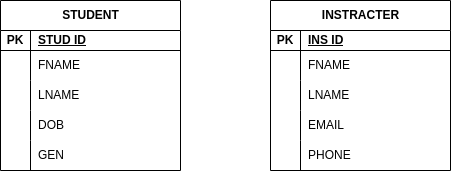
Above: DB.drawio.png in LealemTse/SQL (draw.io), before the change. Source tidied: cells renumbered, new cells last; positions are measured from the earlier drawing's top-left corner, leaving out a move shared by most shapes.
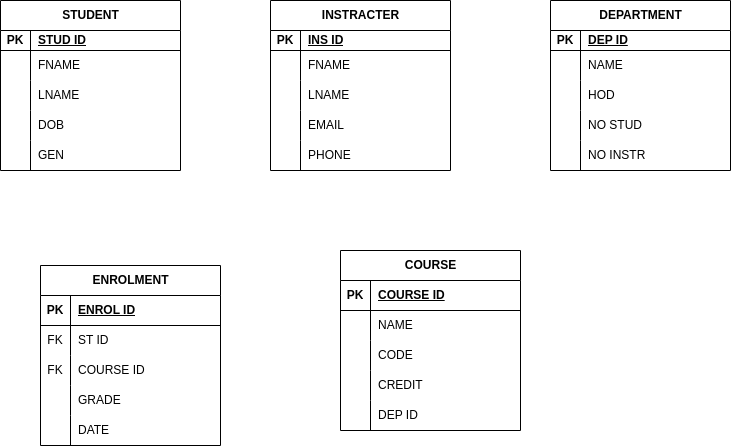
The same file after the commit.

Diff of the diagram source:
```diff
@@ -98,5 +98,149 @@
     <mxCell id="33" value="PHONE" style="shape=partialRectangle;fillColor=none;top=0;left=0;bottom=0;right=0;align=left;spacingLeft=6;overflow=hidden;whiteSpace=wrap;html=1;" parent="31" vertex="1">
       <mxGeometry x="30" width="150" height="30" as="geometry" />
     </mxCell>
+    <mxCell id="34" value="DEPARTMENT" style="shape=table;startSize=30;rowLines=0;fontStyle=1;align=center;html=1;" parent="1" vertex="1">
+      <mxGeometry x="550" width="180" height="170" as="geometry" />
+    </mxCell>
+    <mxCell id="35" style="shape=tableRow;horizontal=0;startSize=0;swimlaneHead=0;swimlaneBody=0;fillColor=none;top=0;left=0;right=0;bottom=1;" parent="34" vertex="1">
+      <mxGeometry y="30" width="180" height="20" as="geometry" />
+    </mxCell>
+    <mxCell id="36" value="PK" style="shape=partialRectangle;fillColor=none;top=0;left=0;bottom=0;right=0;fontStyle=1;overflow=hidden;whiteSpace=wrap;html=1;" parent="35" vertex="1">
+      <mxGeometry width="30" height="20" as="geometry" />
+    </mxCell>
+    <mxCell id="37" value="DEP ID" style="shape=partialRectangle;fillColor=none;top=0;left=0;bottom=0;right=0;align=left;spacingLeft=6;fontStyle=5;overflow=hidden;whiteSpace=wrap;html=1;" parent="35" vertex="1">
+      <mxGeometry x="30" width="150" height="20" as="geometry" />
+    </mxCell>
+    <mxCell id="38" style="shape=tableRow;horizontal=0;startSize=0;swimlaneHead=0;swimlaneBody=0;fillColor=none;top=0;left=0;right=0;bottom=0;" parent="34" vertex="1">
+      <mxGeometry y="50" width="180" height="30" as="geometry" />
+    </mxCell>
+    <mxCell id="39" style="shape=partialRectangle;fillColor=none;top=0;left=0;bottom=0;right=0;overflow=hidden;whiteSpace=wrap;html=1;" parent="38" vertex="1">
+      <mxGeometry width="30" height="30" as="geometry" />
+    </mxCell>
+    <mxCell id="40" value="NAME" style="shape=partialRectangle;fillColor=none;top=0;left=0;bottom=0;right=0;align=left;spacingLeft=6;overflow=hidden;whiteSpace=wrap;html=1;" parent="38" vertex="1">
+      <mxGeometry x="30" width="150" height="30" as="geometry" />
+    </mxCell>
+    <mxCell id="41" style="shape=tableRow;horizontal=0;startSize=0;swimlaneHead=0;swimlaneBody=0;fillColor=none;top=0;left=0;right=0;bottom=0;" parent="34" vertex="1">
+      <mxGeometry y="80" width="180" height="30" as="geometry" />
+    </mxCell>
+    <mxCell id="42" style="shape=partialRectangle;fillColor=none;top=0;left=0;bottom=0;right=0;overflow=hidden;whiteSpace=wrap;html=1;" parent="41" vertex="1">
+      <mxGeometry width="30" height="30" as="geometry" />
+    </mxCell>
+    <mxCell id="43" value="HOD" style="shape=partialRectangle;fillColor=none;top=0;left=0;bottom=0;right=0;align=left;spacingLeft=6;overflow=hidden;whiteSpace=wrap;html=1;" parent="41" vertex="1">
+      <mxGeometry x="30" width="150" height="30" as="geometry" />
+    </mxCell>
+    <mxCell id="44" style="shape=tableRow;horizontal=0;startSize=0;swimlaneHead=0;swimlaneBody=0;fillColor=none;top=0;left=0;right=0;bottom=0;" parent="34" vertex="1">
+      <mxGeometry y="110" width="180" height="30" as="geometry" />
+    </mxCell>
+    <mxCell id="45" style="shape=partialRectangle;fillColor=none;top=0;left=0;bottom=0;right=0;overflow=hidden;whiteSpace=wrap;html=1;" parent="44" vertex="1">
+      <mxGeometry width="30" height="30" as="geometry" />
+    </mxCell>
+    <mxCell id="46" value="NO STUD" style="shape=partialRectangle;fillColor=none;top=0;left=0;bottom=0;right=0;align=left;spacingLeft=6;overflow=hidden;whiteSpace=wrap;html=1;" parent="44" vertex="1">
+      <mxGeometry x="30" width="150" height="30" as="geometry" />
+    </mxCell>
+    <mxCell id="47" style="shape=tableRow;horizontal=0;startSize=0;swimlaneHead=0;swimlaneBody=0;fillColor=none;top=0;left=0;right=0;bottom=0;" parent="34" vertex="1">
+      <mxGeometry y="140" width="180" height="30" as="geometry" />
+    </mxCell>
+    <mxCell id="48" style="shape=partialRectangle;fillColor=none;top=0;left=0;bottom=0;right=0;overflow=hidden;whiteSpace=wrap;html=1;" parent="47" vertex="1">
+      <mxGeometry width="30" height="30" as="geometry" />
+    </mxCell>
+    <mxCell id="49" value="NO INSTR" style="shape=partialRectangle;fillColor=none;top=0;left=0;bottom=0;right=0;align=left;spacingLeft=6;overflow=hidden;whiteSpace=wrap;html=1;" parent="47" vertex="1">
+      <mxGeometry x="30" width="150" height="30" as="geometry" />
+    </mxCell>
+    <mxCell id="50" value="COURSE" style="shape=table;startSize=30;rowLines=0;fontStyle=1;align=center;html=1;" parent="1" vertex="1">
+      <mxGeometry x="340" y="250" width="180" height="180" as="geometry" />
+    </mxCell>
+    <mxCell id="51" style="shape=tableRow;horizontal=0;startSize=0;swimlaneHead=0;swimlaneBody=0;fillColor=none;top=0;left=0;right=0;bottom=1;" parent="50" vertex="1">
+      <mxGeometry y="30" width="180" height="30" as="geometry" />
+    </mxCell>
+    <mxCell id="52" value="PK" style="shape=partialRectangle;fillColor=none;top=0;left=0;bottom=0;right=0;fontStyle=1;overflow=hidden;whiteSpace=wrap;html=1;" parent="51" vertex="1">
+      <mxGeometry width="30" height="30" as="geometry" />
+    </mxCell>
+    <mxCell id="53" value="COURSE ID" style="shape=partialRectangle;fillColor=none;top=0;left=0;bottom=0;right=0;align=left;spacingLeft=6;fontStyle=5;overflow=hidden;whiteSpace=wrap;html=1;" parent="51" vertex="1">
+      <mxGeometry x="30" width="150" height="30" as="geometry" />
+    </mxCell>
+    <mxCell id="54" style="shape=tableRow;horizontal=0;startSize=0;swimlaneHead=0;swimlaneBody=0;fillColor=none;top=0;left=0;right=0;bottom=0;" parent="50" vertex="1">
+      <mxGeometry y="60" width="180" height="30" as="geometry" />
+    </mxCell>
+    <mxCell id="55" style="shape=partialRectangle;fillColor=none;top=0;left=0;bottom=0;right=0;overflow=hidden;whiteSpace=wrap;html=1;" parent="54" vertex="1">
+      <mxGeometry width="30" height="30" as="geometry" />
+    </mxCell>
+    <mxCell id="56" value="NAME" style="shape=partialRectangle;fillColor=none;top=0;left=0;bottom=0;right=0;align=left;spacingLeft=6;overflow=hidden;whiteSpace=wrap;html=1;" parent="54" vertex="1">
+      <mxGeometry x="30" width="150" height="30" as="geometry" />
+    </mxCell>
+    <mxCell id="57" style="shape=tableRow;horizontal=0;startSize=0;swimlaneHead=0;swimlaneBody=0;fillColor=none;top=0;left=0;right=0;bottom=0;" parent="50" vertex="1">
+      <mxGeometry y="90" width="180" height="30" as="geometry" />
+    </mxCell>
+    <mxCell id="58" style="shape=partialRectangle;fillColor=none;top=0;left=0;bottom=0;right=0;overflow=hidden;whiteSpace=wrap;html=1;" parent="57" vertex="1">
+      <mxGeometry width="30" height="30" as="geometry" />
+    </mxCell>
+    <mxCell id="59" value="CODE" style="shape=partialRectangle;fillColor=none;top=0;left=0;bottom=0;right=0;align=left;spacingLeft=6;overflow=hidden;whiteSpace=wrap;html=1;" parent="57" vertex="1">
+      <mxGeometry x="30" width="150" height="30" as="geometry" />
+    </mxCell>
+    <mxCell id="60" style="shape=tableRow;horizontal=0;startSize=0;swimlaneHead=0;swimlaneBody=0;fillColor=none;top=0;left=0;right=0;bottom=0;" parent="50" vertex="1">
+      <mxGeometry y="120" width="180" height="30" as="geometry" />
+    </mxCell>
+    <mxCell id="61" style="shape=partialRectangle;fillColor=none;top=0;left=0;bottom=0;right=0;overflow=hidden;whiteSpace=wrap;html=1;" parent="60" vertex="1">
+      <mxGeometry width="30" height="30" as="geometry" />
+    </mxCell>
+    <mxCell id="62" value="CREDIT" style="shape=partialRectangle;fillColor=none;top=0;left=0;bottom=0;right=0;align=left;spacingLeft=6;overflow=hidden;whiteSpace=wrap;html=1;" parent="60" vertex="1">
+      <mxGeometry x="30" width="150" height="30" as="geometry" />
+    </mxCell>
+    <mxCell id="63" style="shape=tableRow;horizontal=0;startSize=0;swimlaneHead=0;swimlaneBody=0;fillColor=none;top=0;left=0;right=0;bottom=0;" parent="50" vertex="1">
+      <mxGeometry y="150" width="180" height="30" as="geometry" />
+    </mxCell>
+    <mxCell id="64" style="shape=partialRectangle;fillColor=none;top=0;left=0;bottom=0;right=0;overflow=hidden;whiteSpace=wrap;html=1;" parent="63" vertex="1">
+      <mxGeometry width="30" height="30" as="geometry" />
+    </mxCell>
+    <mxCell id="65" value="DEP ID" style="shape=partialRectangle;fillColor=none;top=0;left=0;bottom=0;right=0;align=left;spacingLeft=6;overflow=hidden;whiteSpace=wrap;html=1;" parent="63" vertex="1">
+      <mxGeometry x="30" width="150" height="30" as="geometry" />
+    </mxCell>
+    <mxCell id="66" value="ENROLMENT" style="shape=table;startSize=30;rowLines=0;fontStyle=1;align=center;html=1;" parent="1" vertex="1">
+      <mxGeometry x="40" y="265" width="180" height="180" as="geometry" />
+    </mxCell>
+    <mxCell id="67" style="shape=tableRow;horizontal=0;startSize=0;swimlaneHead=0;swimlaneBody=0;fillColor=none;top=0;left=0;right=0;bottom=1;" parent="66" vertex="1">
+      <mxGeometry y="30" width="180" height="30" as="geometry" />
+    </mxCell>
+    <mxCell id="68" value="PK" style="shape=partialRectangle;fillColor=none;top=0;left=0;bottom=0;right=0;fontStyle=1;overflow=hidden;whiteSpace=wrap;html=1;" parent="67" vertex="1">
+      <mxGeometry width="30" height="30" as="geometry" />
+    </mxCell>
+    <mxCell id="69" value="ENROL ID" style="shape=partialRectangle;fillColor=none;top=0;left=0;bottom=0;right=0;align=left;spacingLeft=6;fontStyle=5;overflow=hidden;whiteSpace=wrap;html=1;" parent="67" vertex="1">
+      <mxGeometry x="30" width="150" height="30" as="geometry" />
+    </mxCell>
+    <mxCell id="70" style="shape=tableRow;horizontal=0;startSize=0;swimlaneHead=0;swimlaneBody=0;fillColor=none;top=0;left=0;right=0;bottom=0;" parent="66" vertex="1">
+      <mxGeometry y="60" width="180" height="30" as="geometry" />
+    </mxCell>
+    <mxCell id="71" value="FK" style="shape=partialRectangle;fillColor=none;top=0;left=0;bottom=0;right=0;overflow=hidden;whiteSpace=wrap;html=1;" parent="70" vertex="1">
+      <mxGeometry width="30" height="30" as="geometry" />
+    </mxCell>
+    <mxCell id="72" value="ST ID" style="shape=partialRectangle;fillColor=none;top=0;left=0;bottom=0;right=0;align=left;spacingLeft=6;overflow=hidden;whiteSpace=wrap;html=1;" parent="70" vertex="1">
+      <mxGeometry x="30" width="150" height="30" as="geometry" />
+    </mxCell>
+    <mxCell id="73" style="shape=tableRow;horizontal=0;startSize=0;swimlaneHead=0;swimlaneBody=0;fillColor=none;top=0;left=0;right=0;bottom=0;" parent="66" vertex="1">
+      <mxGeometry y="90" width="180" height="30" as="geometry" />
+    </mxCell>
+    <mxCell id="74" value="FK" style="shape=partialRectangle;fillColor=none;top=0;left=0;bottom=0;right=0;overflow=hidden;whiteSpace=wrap;html=1;" parent="73" vertex="1">
+      <mxGeometry width="30" height="30" as="geometry" />
+    </mxCell>
+    <mxCell id="75" value="COURSE ID" style="shape=partialRectangle;fillColor=none;top=0;left=0;bottom=0;right=0;align=left;spacingLeft=6;overflow=hidden;whiteSpace=wrap;html=1;" parent="73" vertex="1">
+      <mxGeometry x="30" width="150" height="30" as="geometry" />
+    </mxCell>
+    <mxCell id="76" style="shape=tableRow;horizontal=0;startSize=0;swimlaneHead=0;swimlaneBody=0;fillColor=none;top=0;left=0;right=0;bottom=0;" parent="66" vertex="1">
+      <mxGeometry y="120" width="180" height="30" as="geometry" />
+    </mxCell>
+    <mxCell id="77" style="shape=partialRectangle;fillColor=none;top=0;left=0;bottom=0;right=0;overflow=hidden;whiteSpace=wrap;html=1;" parent="76" vertex="1">
+      <mxGeometry width="30" height="30" as="geometry" />
+    </mxCell>
+    <mxCell id="78" value="GRADE" style="shape=partialRectangle;fillColor=none;top=0;left=0;bottom=0;right=0;align=left;spacingLeft=6;overflow=hidden;whiteSpace=wrap;html=1;" parent="76" vertex="1">
+      <mxGeometry x="30" width="150" height="30" as="geometry" />
+    </mxCell>
+    <mxCell id="79" style="shape=tableRow;horizontal=0;startSize=0;swimlaneHead=0;swimlaneBody=0;fillColor=none;top=0;left=0;right=0;bottom=0;" parent="66" vertex="1">
+      <mxGeometry y="150" width="180" height="30" as="geometry" />
+    </mxCell>
+    <mxCell id="80" style="shape=partialRectangle;fillColor=none;top=0;left=0;bottom=0;right=0;overflow=hidden;whiteSpace=wrap;html=1;" parent="79" vertex="1">
+      <mxGeometry width="30" height="30" as="geometry" />
+    </mxCell>
+    <mxCell id="81" value="DATE" style="shape=partialRectangle;fillColor=none;top=0;left=0;bottom=0;right=0;align=left;spacingLeft=6;overflow=hidden;whiteSpace=wrap;html=1;" parent="79" vertex="1">
+      <mxGeometry x="30" width="150" height="30" as="geometry" />
+    </mxCell>
   </root>
 </mxGraphModel>
```
